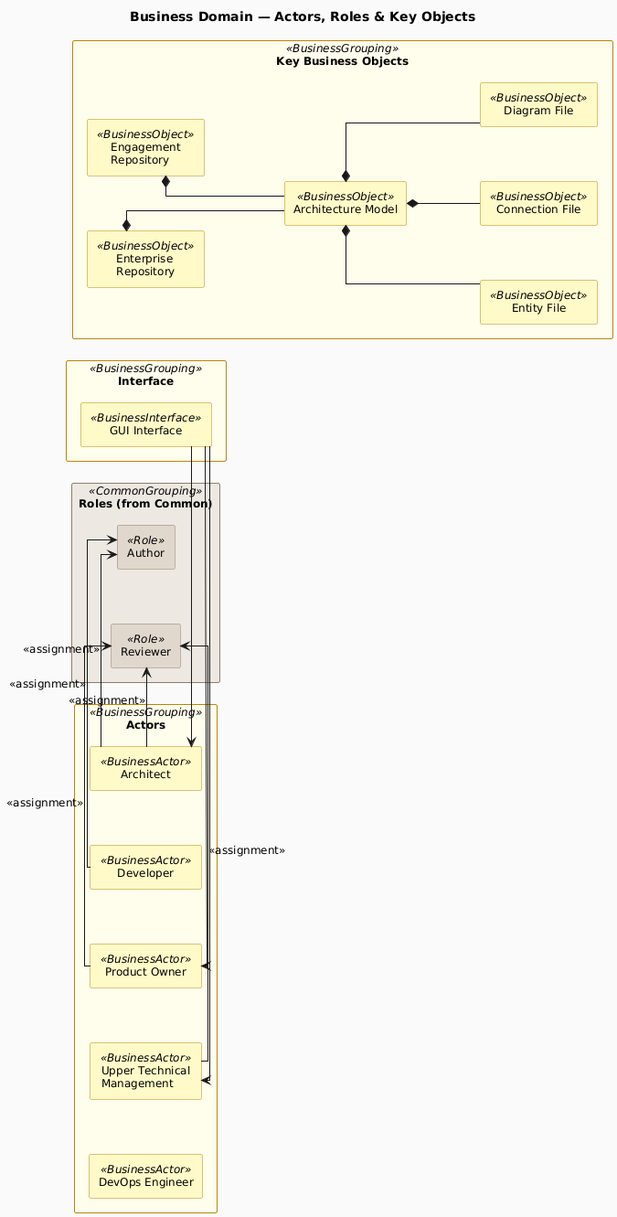
Earlier version of the PlantUML export engagements/ENG-ARCH-REPO/architecture-repository/diagram-catalog/rendered/business-actor-role-map.png (mbauer83/assisted-architecture-management). The source it was exported from:
```plantuml
@startuml business-actor-role-map
!include ../_archimate-stereotypes.puml

left to right direction

title Business Domain — Actors, Roles & Key Objects

rectangle "Actors" <<BusinessGrouping>> {
  rectangle "Architect" <<BusinessActor>> as ACT_Nn7Oo7
  rectangle "Developer" <<BusinessActor>> as ACT_Pp8Qq8
  rectangle "DevOps Engineer" <<BusinessActor>> as ACT_OLWiNc
  rectangle "Product Owner" <<BusinessActor>> as ACT_Rr9Ss9
  rectangle "Upper Technical\nManagement" <<BusinessActor>> as ACT_Ut1Vv1
}

rectangle "Roles (from Common)" <<CommonGrouping>> {
  rectangle "Author" <<Role>> as ROL_deMuTj
  rectangle "Reviewer" <<Role>> as ROL_6VGCvh
}

rectangle "Interface" <<BusinessGrouping>> {
  rectangle "GUI Interface" <<BusinessInterface>> as BIF_zr7_vT
}

rectangle "Key Business Objects" <<BusinessGrouping>> {
  rectangle "Entity File" <<BusinessObject>> as BOB_ie4vWU
  rectangle "Connection File" <<BusinessObject>> as BOB_d8ETlx
  rectangle "Diagram File" <<BusinessObject>> as BOB_8D68QW
  rectangle "Architecture Model" <<BusinessObject>> as BOB_jqcFNe
  rectangle "Engagement\nRepository" <<BusinessObject>> as BOB_so7gfN
  rectangle "Enterprise\nRepository" <<BusinessObject>> as BOB_6Uok0b
}

ACT_Nn7Oo7 -right-> ROL_deMuTj : <<assignment>>
ACT_Nn7Oo7 -right-> ROL_6VGCvh : <<assignment>>
ACT_Pp8Qq8 -right-> ROL_deMuTj : <<assignment>>
ACT_Rr9Ss9 -right-> ROL_6VGCvh : <<assignment>>
ACT_Ut1Vv1 -right-> ROL_6VGCvh : <<assignment>>

BOB_jqcFNe *-- BOB_ie4vWU
BOB_jqcFNe *-- BOB_d8ETlx
BOB_jqcFNe *-- BOB_8D68QW

BOB_so7gfN *-- BOB_jqcFNe
BOB_6Uok0b *-- BOB_jqcFNe

BIF_zr7_vT -left-> ACT_Nn7Oo7
BIF_zr7_vT -left-> ACT_Rr9Ss9
BIF_zr7_vT -left-> ACT_Ut1Vv1

@enduml
```
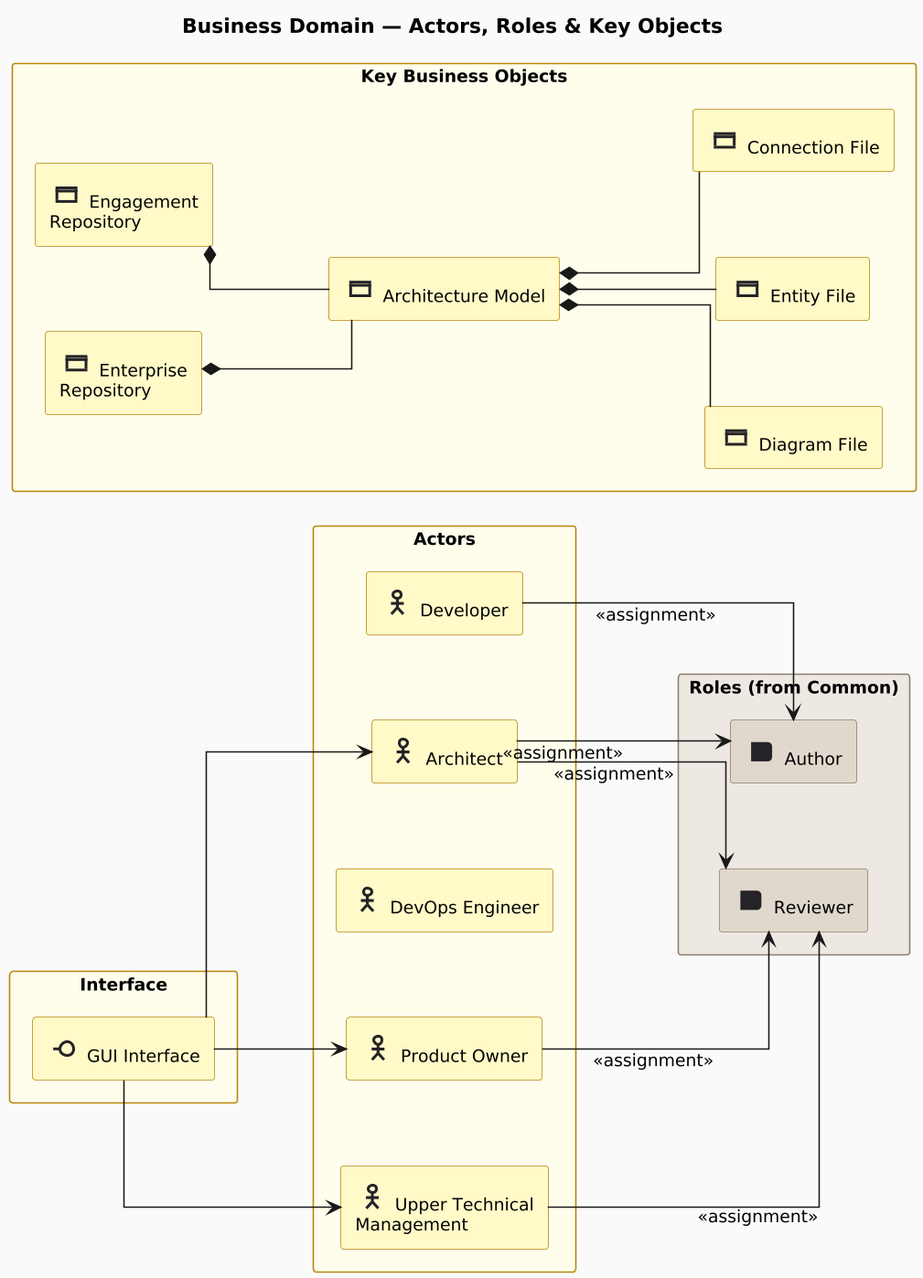
The same diagram one commit later.

Change to the diagram source:
```diff
@@ -1,41 +1,43 @@
-@startuml business-actor-role-map
+@startuml
+skinparamlocked dpi 150
 !include ../_archimate-stereotypes.puml
+!include ../_archimate-glyphs.puml
 
 left to right direction
 
 title Business Domain — Actors, Roles & Key Objects
 
 rectangle "Actors" <<BusinessGrouping>> {
-  rectangle "Architect" <<BusinessActor>> as ACT_Nn7Oo7
-  rectangle "Developer" <<BusinessActor>> as ACT_Pp8Qq8
-  rectangle "DevOps Engineer" <<BusinessActor>> as ACT_OLWiNc
-  rectangle "Product Owner" <<BusinessActor>> as ACT_Rr9Ss9
-  rectangle "Upper Technical\nManagement" <<BusinessActor>> as ACT_Ut1Vv1
+  rectangle "<$archimate_BusinessActor{scale=1.5}> Architect" <<BusinessActor>> as ACT_Nn7Oo7
+  rectangle "<$archimate_BusinessActor{scale=1.5}> Developer" <<BusinessActor>> as ACT_Pp8Qq8
+  rectangle "<$archimate_BusinessActor{scale=1.5}> DevOps Engineer" <<BusinessActor>> as ACT_OLWiNc
+  rectangle "<$archimate_BusinessActor{scale=1.5}> Product Owner" <<BusinessActor>> as ACT_Rr9Ss9
+  rectangle "<$archimate_BusinessActor{scale=1.5}> Upper Technical\nManagement" <<BusinessActor>> as ACT_Ut1Vv1
 }
 
 rectangle "Roles (from Common)" <<CommonGrouping>> {
-  rectangle "Author" <<Role>> as ROL_deMuTj
-  rectangle "Reviewer" <<Role>> as ROL_6VGCvh
+  rectangle "<$archimate_Role{scale=1.5}> Author" <<Role>> as ROL_deMuTj
+  rectangle "<$archimate_Role{scale=1.5}> Reviewer" <<Role>> as ROL_6VGCvh
 }
 
 rectangle "Interface" <<BusinessGrouping>> {
-  rectangle "GUI Interface" <<BusinessInterface>> as BIF_zr7_vT
+  rectangle "<$archimate_BusinessInterface{scale=1.5}> GUI Interface" <<BusinessInterface>> as BIF_zr7_vT
 }
 
 rectangle "Key Business Objects" <<BusinessGrouping>> {
-  rectangle "Entity File" <<BusinessObject>> as BOB_ie4vWU
-  rectangle "Connection File" <<BusinessObject>> as BOB_d8ETlx
-  rectangle "Diagram File" <<BusinessObject>> as BOB_8D68QW
-  rectangle "Architecture Model" <<BusinessObject>> as BOB_jqcFNe
-  rectangle "Engagement\nRepository" <<BusinessObject>> as BOB_so7gfN
-  rectangle "Enterprise\nRepository" <<BusinessObject>> as BOB_6Uok0b
+  rectangle "<$archimate_BusinessObject{scale=1.5}> Entity File" <<BusinessObject>> as BOB_ie4vWU
+  rectangle "<$archimate_BusinessObject{scale=1.5}> Connection File" <<BusinessObject>> as BOB_d8ETlx
+  rectangle "<$archimate_BusinessObject{scale=1.5}> Diagram File" <<BusinessObject>> as BOB_8D68QW
+  rectangle "<$archimate_BusinessObject{scale=1.5}> Architecture Model" <<BusinessObject>> as BOB_jqcFNe
+  rectangle "<$archimate_BusinessObject{scale=1.5}> Engagement\nRepository" <<BusinessObject>> as BOB_so7gfN
+  rectangle "<$archimate_BusinessObject{scale=1.5}> Enterprise\nRepository" <<BusinessObject>> as BOB_6Uok0b
 }
 
-ACT_Nn7Oo7 -right-> ROL_deMuTj : <<assignment>>
-ACT_Nn7Oo7 -right-> ROL_6VGCvh : <<assignment>>
-ACT_Pp8Qq8 -right-> ROL_deMuTj : <<assignment>>
-ACT_Rr9Ss9 -right-> ROL_6VGCvh : <<assignment>>
-ACT_Ut1Vv1 -right-> ROL_6VGCvh : <<assignment>>
+ACT_Nn7Oo7 --> ROL_deMuTj : <<assignment>>
+ACT_Nn7Oo7 --> ROL_6VGCvh : <<assignment>>
+ACT_Pp8Qq8 --> ROL_deMuTj : <<assignment>>
+ACT_Rr9Ss9 --> ROL_6VGCvh : <<assignment>>
+ACT_Ut1Vv1 --> ROL_6VGCvh : <<assignment>>
 
 BOB_jqcFNe *-- BOB_ie4vWU
 BOB_jqcFNe *-- BOB_d8ETlx
@@ -44,8 +46,8 @@
 BOB_so7gfN *-- BOB_jqcFNe
 BOB_6Uok0b *-- BOB_jqcFNe
 
-BIF_zr7_vT -left-> ACT_Nn7Oo7
-BIF_zr7_vT -left-> ACT_Rr9Ss9
-BIF_zr7_vT -left-> ACT_Ut1Vv1
+BIF_zr7_vT --> ACT_Nn7Oo7
+BIF_zr7_vT --> ACT_Rr9Ss9
+BIF_zr7_vT --> ACT_Ut1Vv1
 
 @enduml
```
